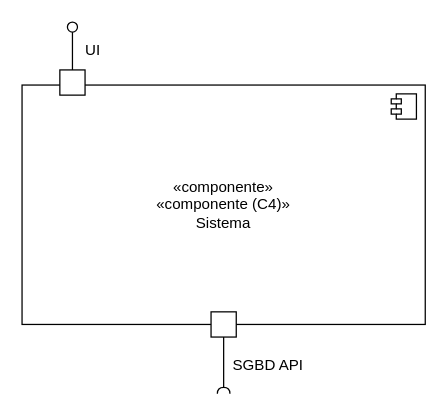
The draw.io diagram docs/N1/VL.drawio in SEM5PI2324G58/sem5pi_g58_23_24, before the edit. Source tidied: cells renumbered, new cells numbered last; positions are measured from the earlier drawing's top-left corner, leaving out a move shared by most shapes. Both pictures are drawn from the tidied source at 126%, with x=0, y=0 at pixel (21, 21).
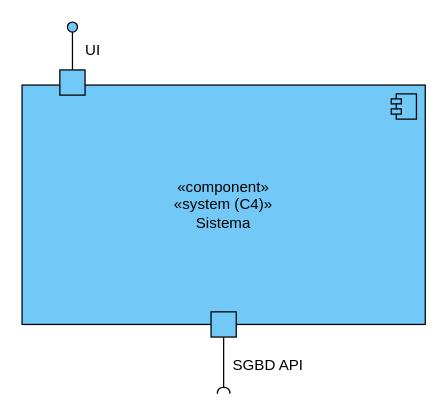
The same diagram, later.

Diff of the diagram source:
```diff
@@
 <mxGraphModel>
   <root>
     <mxCell id="0" />
     <mxCell id="1" parent="0" />
-    <mxCell id="2" value="«componente»&lt;br&gt;«componente (C4)»&lt;br&gt;Sistema" style="html=1;whiteSpace=wrap;" parent="1" vertex="1">
+    <mxCell id="2" value="«component»&lt;br&gt;«system (C4)»&lt;br&gt;Sistema" style="html=1;whiteSpace=wrap;fillColor=#72c9f7;" parent="1" vertex="1">
       <mxGeometry y="50" width="320" height="190" as="geometry" />
     </mxCell>
-    <mxCell id="3" style="shape=module;jettyWidth=8;jettyHeight=4;" parent="2" vertex="1">
+    <mxCell id="3" style="shape=module;jettyWidth=8;jettyHeight=4;fillColor=#72c9f7;" parent="2" vertex="1">
       <mxGeometry x="1" width="20" height="20" relative="1" as="geometry">
         <mxPoint x="-27" y="7" as="offset" />
       </mxGeometry>
     </mxCell>
-    <mxCell id="4" style="html=1;rounded=0;" parent="1" vertex="1">
+    <mxCell id="4" style="html=1;rounded=0;fillColor=#72c9f7;" parent="1" vertex="1">
       <mxGeometry x="30" y="38" width="20" height="20" as="geometry" />
     </mxCell>
     <mxCell id="5" style="endArrow=none;html=1;rounded=0;align=center;verticalAlign=top;endFill=0;labelBackgroundColor=none;endSize=2;" parent="1" edge="1" source="4" target="6">
       <mxGeometry relative="1" as="geometry" />
     </mxCell>
-    <mxCell id="6" style="ellipse;html=1;fontSize=11;align=center;fillColor=none;points=[];verticalAlign=bottom;labelPosition=center;verticalLabelPosition=top;flipH=1;" parent="1" vertex="1">
+    <mxCell id="6" style="ellipse;html=1;fontSize=11;align=center;fillColor=#72c9f7;points=[];verticalAlign=bottom;labelPosition=center;verticalLabelPosition=top;flipH=1;" parent="1" vertex="1">
       <mxGeometry x="36" width="8" height="8" as="geometry" />
     </mxCell>
     <mxCell id="7" style="endArrow=none;html=1;rounded=0;align=center;verticalAlign=top;endFill=0;labelBackgroundColor=none;endSize=2;" parent="1" edge="1" target="8">
       <mxGeometry relative="1" as="geometry">
         <mxPoint x="160" y="250" as="sourcePoint" />
       </mxGeometry>
     </mxCell>
     <mxCell id="8" style="shape=requiredInterface;html=1;fontSize=11;align=center;fillColor=none;points=[];verticalAlign=bottom;labelPosition=center;verticalLabelPosition=top;flipH=1;direction=north;" parent="1" vertex="1">
       <mxGeometry x="155" y="290" width="10" height="5" as="geometry" />
     </mxCell>
-    <mxCell id="9" style="html=1;rounded=0;" parent="1" vertex="1">
+    <mxCell id="9" style="html=1;rounded=0;fillColor=#72c9f7;" parent="1" vertex="1">
       <mxGeometry x="150" y="230" width="20" height="20" as="geometry" />
     </mxCell>
     <mxCell id="10" value="UI" style="text;html=1;align=center;verticalAlign=middle;strokeColor=none;fillColor=none;" parent="1" vertex="1">
       <mxGeometry x="36" y="8" width="40" height="30" as="geometry" />
     </mxCell>
     <mxCell id="11" value="SGBD API" style="text;html=1;align=center;verticalAlign=middle;strokeColor=none;fillColor=none;" parent="1" vertex="1">
       <mxGeometry x="155" y="258" width="80" height="30" as="geometry" />
     </mxCell>
   </root>
 </mxGraphModel>
```
